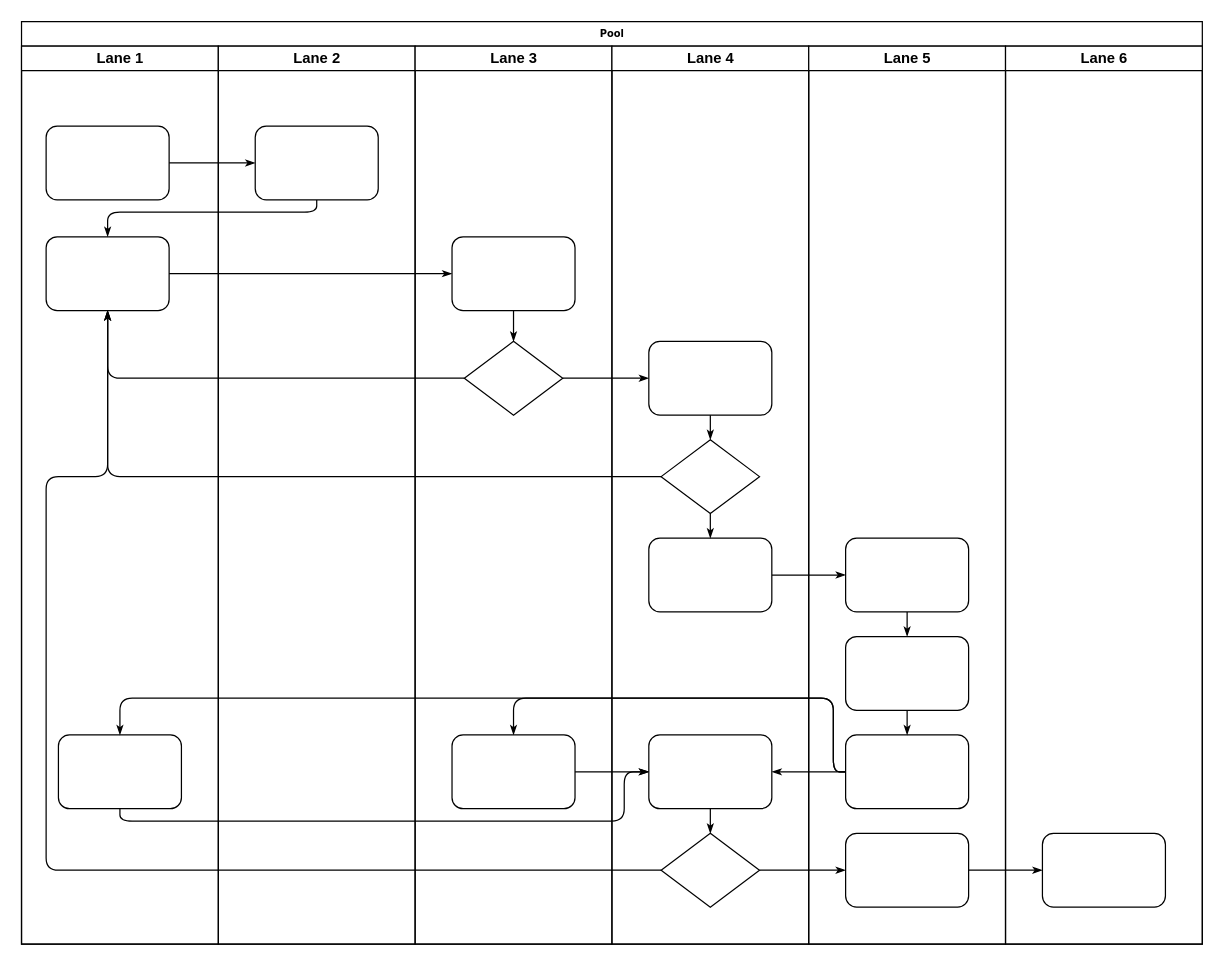
The draw.io diagram Untitled Diagram.drawio in 1m4mrahmat/1m4mrahmat, before the edit. Source tidied: cells renumbered, new cells numbered last; positions are measured from the earlier drawing's top-left corner, leaving out a move shared by most shapes. Both pictures are drawn from the tidied source at 123%, with x=0, y=0 at pixel (21, 21).
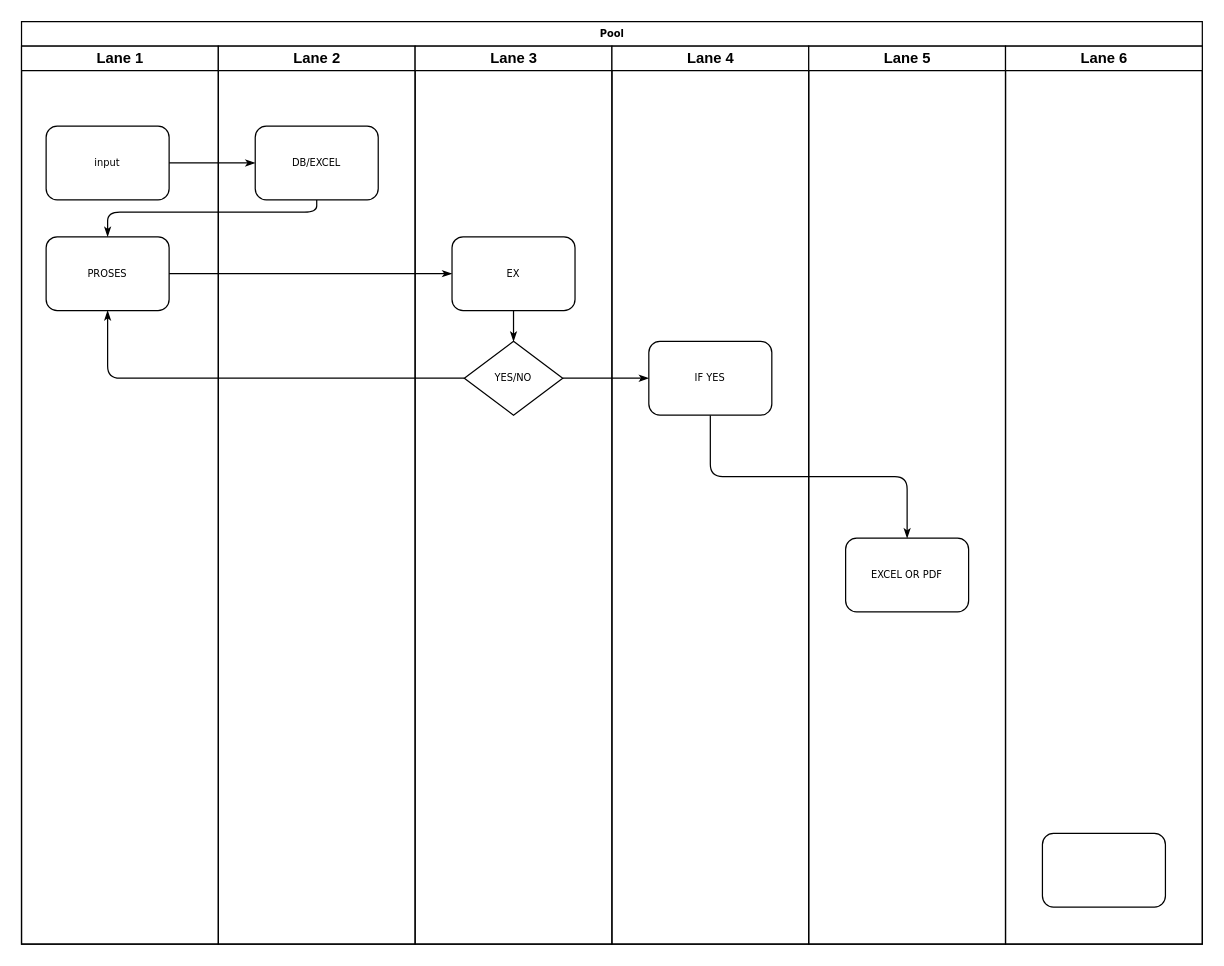
The same page after the edit.

The change refers to these unchanged cells:
```xml
<mxCell id="2" value="Pool" style="swimlane;html=1;startSize=20;rounded=0;shadow=0;labelBackgroundColor=none;strokeWidth=1;fontFamily=Verdana;fontSize=8;align=center;" parent="1" vertex="1">
  <mxGeometry width="960" height="750" as="geometry" />
</mxCell>
<mxCell id="3" value="Lane 1" style="swimlane;html=1;startSize=20;" parent="2" vertex="1">
  <mxGeometry y="20" width="160" height="730" as="geometry" />
</mxCell>
<mxCell id="22" value="Lane 2" style="swimlane;html=1;startSize=20;" parent="2" vertex="1">
  <mxGeometry x="160" y="20" width="160" height="730" as="geometry" />
</mxCell>
<mxCell id="24" value="Lane 3" style="swimlane;html=1;startSize=20;" parent="2" vertex="1">
  <mxGeometry x="320" y="20" width="160" height="730" as="geometry" />
</mxCell>
<mxCell id="29" value="Lane 4" style="swimlane;html=1;startSize=20;" parent="2" vertex="1">
  <mxGeometry x="480" y="20" width="160" height="730" as="geometry" />
</mxCell>
<mxCell id="38" value="Lane 5" style="swimlane;html=1;startSize=20;" parent="2" vertex="1">
  <mxGeometry x="640" y="20" width="160" height="730" as="geometry" />
</mxCell>
<mxCell id="46" style="rounded=1;whiteSpace=wrap;html=1;shadow=0;labelBackgroundColor=none;strokeWidth=1;fontFamily=Verdana;fontSize=8;align=center;" parent="45" vertex="1">
  <mxGeometry x="30" y="640" width="100" height="60" as="geometry" />
</mxCell>
```

What changed in the source:
```diff
@@
-    <mxCell id="4" style="rounded=1;whiteSpace=wrap;html=1;shadow=0;labelBackgroundColor=none;strokeWidth=1;fontFamily=Verdana;fontSize=8;align=center;" parent="3" vertex="1">
+    <mxCell id="4" value="input" style="rounded=1;whiteSpace=wrap;html=1;shadow=0;labelBackgroundColor=none;strokeWidth=1;fontFamily=Verdana;fontSize=8;align=center;" parent="3" vertex="1">
       <mxGeometry x="20" y="65" width="100" height="60" as="geometry" />
     </mxCell>
-    <mxCell id="5" style="rounded=1;whiteSpace=wrap;html=1;shadow=0;labelBackgroundColor=none;strokeWidth=1;fontFamily=Verdana;fontSize=8;align=center;" parent="3" vertex="1">
+    <mxCell id="5" value="PROSES" style="rounded=1;whiteSpace=wrap;html=1;shadow=0;labelBackgroundColor=none;strokeWidth=1;fontFamily=Verdana;fontSize=8;align=center;" parent="3" vertex="1">
       <mxGeometry x="20" y="155" width="100" height="60" as="geometry" />
     </mxCell>
-    <mxCell id="6" style="rounded=1;whiteSpace=wrap;html=1;shadow=0;labelBackgroundColor=none;strokeWidth=1;fontFamily=Verdana;fontSize=8;align=center;" parent="3" vertex="1">
-      <mxGeometry x="30" y="560" width="100" height="60" as="geometry" />
-    </mxCell>
@@
-    <mxCell id="11" style="edgeStyle=orthogonalEdgeStyle;rounded=1;html=1;labelBackgroundColor=none;startArrow=none;startFill=0;startSize=5;endArrow=classicThin;endFill=1;endSize=5;jettySize=auto;strokeWidth=1;fontFamily=Verdana;fontSize=8;" parent="2" edge="1" source="31" target="5">
-      <mxGeometry relative="1" as="geometry" />
-    </mxCell>
-    <mxCell id="12" style="edgeStyle=orthogonalEdgeStyle;rounded=1;html=1;labelBackgroundColor=none;startArrow=none;startFill=0;startSize=5;endArrow=classicThin;endFill=1;endSize=5;jettySize=auto;strokeWidth=1;fontFamily=Verdana;fontSize=8;" parent="2" edge="1" source="34" target="5">
-      <mxGeometry relative="1" as="geometry">
-        <Array as="points">
-          <mxPoint x="20" y="690" />
-          <mxPoint x="20" y="370" />
-          <mxPoint x="70" y="370" />
-        </Array>
-      </mxGeometry>
-    </mxCell>
@@
-    <mxCell id="14" style="edgeStyle=orthogonalEdgeStyle;rounded=1;html=1;labelBackgroundColor=none;startArrow=none;startFill=0;startSize=5;endArrow=classicThin;endFill=1;endSize=5;jettySize=auto;strokeWidth=1;fontFamily=Verdana;fontSize=8;" parent="2" edge="1" source="34" target="42">
-      <mxGeometry relative="1" as="geometry" />
+    <mxCell id="14" style="edgeStyle=orthogonalEdgeStyle;rounded=1;html=1;labelBackgroundColor=none;startArrow=none;startFill=0;startSize=5;endArrow=classicThin;endFill=1;endSize=5;jettySize=auto;orthogonalLoop=1;strokeWidth=1;fontFamily=Verdana;fontSize=8;" parent="2" edge="1">
+      <mxGeometry relative="1" as="geometry">
+        <mxPoint x="670" y="690" as="targetPoint" />
+      </mxGeometry>
     </mxCell>
-    <mxCell id="15" style="edgeStyle=orthogonalEdgeStyle;rounded=1;html=1;labelBackgroundColor=none;startArrow=none;startFill=0;startSize=5;endArrow=classicThin;endFill=1;endSize=5;jettySize=auto;strokeWidth=1;fontFamily=Verdana;fontSize=8;" parent="2" edge="1" source="42" target="46">
-      <mxGeometry relative="1" as="geometry" />
-    </mxCell>
-    <mxCell id="16" style="edgeStyle=orthogonalEdgeStyle;rounded=1;html=1;labelBackgroundColor=none;startArrow=none;startFill=0;startSize=5;endArrow=classicThin;endFill=1;endSize=5;jettySize=auto;strokeWidth=1;fontFamily=Verdana;fontSize=8;" parent="2" edge="1" source="32" target="39">
+    <mxCell id="16" style="edgeStyle=orthogonalEdgeStyle;rounded=1;html=1;labelBackgroundColor=none;startArrow=none;startFill=0;startSize=5;endArrow=classicThin;endFill=1;endSize=5;jettySize=auto;strokeWidth=1;fontFamily=Verdana;fontSize=8;exitX=0.5;exitY=1;exitDx=0;exitDy=0;" parent="2" edge="1" source="30" target="39">
       <mxGeometry relative="1" as="geometry" />
     </mxCell>
-    <mxCell id="17" style="edgeStyle=orthogonalEdgeStyle;rounded=1;html=1;labelBackgroundColor=none;startArrow=none;startFill=0;startSize=5;endArrow=classicThin;endFill=1;endSize=5;jettySize=auto;strokeWidth=1;fontFamily=Verdana;fontSize=8;" parent="2" edge="1" source="41" target="27">
+    <mxCell id="17" style="edgeStyle=orthogonalEdgeStyle;rounded=1;html=1;labelBackgroundColor=none;startArrow=none;startFill=0;startSize=5;endArrow=classicThin;endFill=1;endSize=5;jettySize=auto;orthogonalLoop=1;strokeWidth=1;fontFamily=Verdana;fontSize=8;" parent="2" edge="1">
       <mxGeometry relative="1" as="geometry">
+        <mxPoint x="670" y="610" as="sourcePoint" />
         <Array as="points">
           <mxPoint x="660" y="610" />
           <mxPoint x="660" y="550" />
           <mxPoint x="400" y="550" />
         </Array>
       </mxGeometry>
     </mxCell>
-    <mxCell id="18" style="edgeStyle=orthogonalEdgeStyle;rounded=1;html=1;labelBackgroundColor=none;startArrow=none;startFill=0;startSize=5;endArrow=classicThin;endFill=1;endSize=5;jettySize=auto;strokeColor=#000000;strokeWidth=1;fontFamily=Verdana;fontSize=8;fontColor=#000000;" parent="2" edge="1" source="41" target="33">
-      <mxGeometry relative="1" as="geometry" />
-    </mxCell>
-    <mxCell id="19" style="edgeStyle=orthogonalEdgeStyle;rounded=1;html=1;labelBackgroundColor=none;startArrow=none;startFill=0;startSize=5;endArrow=classicThin;endFill=1;endSize=5;jettySize=auto;strokeWidth=1;fontFamily=Verdana;fontSize=8;" parent="2" edge="1" source="41" target="6">
+    <mxCell id="19" style="edgeStyle=orthogonalEdgeStyle;rounded=1;html=1;labelBackgroundColor=none;startArrow=none;startFill=0;startSize=5;endArrow=classicThin;endFill=1;endSize=5;jettySize=auto;orthogonalLoop=1;strokeWidth=1;fontFamily=Verdana;fontSize=8;" parent="2" edge="1">
       <mxGeometry relative="1" as="geometry">
+        <mxPoint x="670" y="610" as="sourcePoint" />
         <Array as="points">
           <mxPoint x="660" y="610" />
           <mxPoint x="660" y="550" />
           <mxPoint x="80" y="550" />
         </Array>
       </mxGeometry>
     </mxCell>
-    <mxCell id="20" style="edgeStyle=orthogonalEdgeStyle;rounded=1;html=1;labelBackgroundColor=none;startArrow=none;startFill=0;startSize=5;endArrow=classicThin;endFill=1;endSize=5;jettySize=auto;strokeWidth=1;fontFamily=Verdana;fontSize=8;" parent="2" edge="1" source="6" target="33">
-      <mxGeometry relative="1" as="geometry">
-        <Array as="points">
-          <mxPoint x="80" y="650" />
-          <mxPoint x="490" y="650" />
-          <mxPoint x="490" y="610" />
-        </Array>
-      </mxGeometry>
-    </mxCell>
-    <mxCell id="21" style="edgeStyle=orthogonalEdgeStyle;rounded=1;html=1;labelBackgroundColor=none;startArrow=none;startFill=0;startSize=5;endArrow=classicThin;endFill=1;endSize=5;jettySize=auto;strokeWidth=1;fontFamily=Verdana;fontSize=8;" parent="2" edge="1" source="27" target="33">
-      <mxGeometry relative="1" as="geometry" />
-    </mxCell>
@@
-    <mxCell id="23" style="rounded=1;whiteSpace=wrap;html=1;shadow=0;labelBackgroundColor=none;strokeWidth=1;fontFamily=Verdana;fontSize=8;align=center;" parent="22" vertex="1">
+    <mxCell id="23" value="DB/EXCEL" style="rounded=1;whiteSpace=wrap;html=1;shadow=0;labelBackgroundColor=none;strokeWidth=1;fontFamily=Verdana;fontSize=8;align=center;" parent="22" vertex="1">
       <mxGeometry x="30" y="65" width="100" height="60" as="geometry" />
     </mxCell>
@@
-    <mxCell id="25" style="rounded=1;whiteSpace=wrap;html=1;shadow=0;labelBackgroundColor=none;strokeWidth=1;fontFamily=Verdana;fontSize=8;align=center;" parent="24" vertex="1">
+    <mxCell id="25" value="EX" style="rounded=1;whiteSpace=wrap;html=1;shadow=0;labelBackgroundColor=none;strokeWidth=1;fontFamily=Verdana;fontSize=8;align=center;" parent="24" vertex="1">
       <mxGeometry x="30" y="155" width="100" height="60" as="geometry" />
     </mxCell>
-    <mxCell id="26" style="rhombus;whiteSpace=wrap;html=1;rounded=0;shadow=0;labelBackgroundColor=none;strokeWidth=1;fontFamily=Verdana;fontSize=8;align=center;" parent="24" vertex="1">
+    <mxCell id="26" value="YES/NO" style="rhombus;whiteSpace=wrap;html=1;rounded=0;shadow=0;labelBackgroundColor=none;strokeWidth=1;fontFamily=Verdana;fontSize=8;align=center;" parent="24" vertex="1">
       <mxGeometry x="40" y="240" width="80" height="60" as="geometry" />
     </mxCell>
-    <mxCell id="27" style="rounded=1;whiteSpace=wrap;html=1;shadow=0;labelBackgroundColor=none;strokeWidth=1;fontFamily=Verdana;fontSize=8;align=center;" parent="24" vertex="1">
-      <mxGeometry x="30" y="560" width="100" height="60" as="geometry" />
-    </mxCell>
@@
-    <mxCell id="30" style="rounded=1;whiteSpace=wrap;html=1;shadow=0;labelBackgroundColor=none;strokeWidth=1;fontFamily=Verdana;fontSize=8;align=center;" parent="29" vertex="1">
+    <mxCell id="30" value="IF YES" style="rounded=1;whiteSpace=wrap;html=1;shadow=0;labelBackgroundColor=none;strokeWidth=1;fontFamily=Verdana;fontSize=8;align=center;" parent="29" vertex="1">
       <mxGeometry x="30" y="240" width="100" height="60" as="geometry" />
     </mxCell>
-    <mxCell id="31" style="rhombus;whiteSpace=wrap;html=1;rounded=0;shadow=0;labelBackgroundColor=none;strokeWidth=1;fontFamily=Verdana;fontSize=8;align=center;" parent="29" vertex="1">
-      <mxGeometry x="40" y="320" width="80" height="60" as="geometry" />
-    </mxCell>
-    <mxCell id="32" style="rounded=1;whiteSpace=wrap;html=1;shadow=0;labelBackgroundColor=none;strokeWidth=1;fontFamily=Verdana;fontSize=8;align=center;" parent="29" vertex="1">
-      <mxGeometry x="30" y="400" width="100" height="60" as="geometry" />
-    </mxCell>
-    <mxCell id="33" style="rounded=1;whiteSpace=wrap;html=1;shadow=0;labelBackgroundColor=none;strokeWidth=1;fontFamily=Verdana;fontSize=8;align=center;" parent="29" vertex="1">
-      <mxGeometry x="30" y="560" width="100" height="60" as="geometry" />
-    </mxCell>
-    <mxCell id="34" style="rhombus;whiteSpace=wrap;html=1;rounded=0;shadow=0;labelBackgroundColor=none;strokeWidth=1;fontFamily=Verdana;fontSize=8;align=center;" parent="29" vertex="1">
-      <mxGeometry x="40" y="640" width="80" height="60" as="geometry" />
-    </mxCell>
-    <mxCell id="35" style="edgeStyle=orthogonalEdgeStyle;rounded=1;html=1;labelBackgroundColor=none;startArrow=none;startFill=0;startSize=5;endArrow=classicThin;endFill=1;endSize=5;jettySize=auto;strokeColor=#000000;strokeWidth=1;fontFamily=Verdana;fontSize=8;fontColor=#000000;" parent="29" edge="1" source="30" target="31">
-      <mxGeometry relative="1" as="geometry" />
-    </mxCell>
-    <mxCell id="36" style="edgeStyle=orthogonalEdgeStyle;rounded=1;html=1;labelBackgroundColor=none;startArrow=none;startFill=0;startSize=5;endArrow=classicThin;endFill=1;endSize=5;jettySize=auto;strokeWidth=1;fontFamily=Verdana;fontSize=8;" parent="29" edge="1" source="31" target="32">
-      <mxGeometry relative="1" as="geometry" />
-    </mxCell>
-    <mxCell id="37" style="edgeStyle=orthogonalEdgeStyle;rounded=1;html=1;labelBackgroundColor=none;startArrow=none;startFill=0;startSize=5;endArrow=classicThin;endFill=1;endSize=5;jettySize=auto;strokeWidth=1;fontFamily=Verdana;fontSize=8;" parent="29" edge="1" source="33" target="34">
-      <mxGeometry relative="1" as="geometry" />
-    </mxCell>
@@
-    <mxCell id="39" style="rounded=1;whiteSpace=wrap;html=1;shadow=0;labelBackgroundColor=none;strokeWidth=1;fontFamily=Verdana;fontSize=8;align=center;" parent="38" vertex="1">
+    <mxCell id="39" value="EXCEL OR PDF" style="rounded=1;whiteSpace=wrap;html=1;shadow=0;labelBackgroundColor=none;strokeWidth=1;fontFamily=Verdana;fontSize=8;align=center;" parent="38" vertex="1">
       <mxGeometry x="30" y="400" width="100" height="60" as="geometry" />
     </mxCell>
-    <mxCell id="40" style="rounded=1;whiteSpace=wrap;html=1;shadow=0;labelBackgroundColor=none;strokeWidth=1;fontFamily=Verdana;fontSize=8;align=center;" parent="38" vertex="1">
-      <mxGeometry x="30" y="480" width="100" height="60" as="geometry" />
-    </mxCell>
-    <mxCell id="41" style="rounded=1;whiteSpace=wrap;html=1;shadow=0;labelBackgroundColor=none;strokeWidth=1;fontFamily=Verdana;fontSize=8;align=center;" parent="38" vertex="1">
-      <mxGeometry x="30" y="560" width="100" height="60" as="geometry" />
-    </mxCell>
-    <mxCell id="42" style="rounded=1;whiteSpace=wrap;html=1;shadow=0;labelBackgroundColor=none;strokeWidth=1;fontFamily=Verdana;fontSize=8;align=center;" parent="38" vertex="1">
-      <mxGeometry x="30" y="640" width="100" height="60" as="geometry" />
-    </mxCell>
-    <mxCell id="43" style="edgeStyle=orthogonalEdgeStyle;rounded=1;html=1;labelBackgroundColor=none;startArrow=none;startFill=0;startSize=5;endArrow=classicThin;endFill=1;endSize=5;jettySize=auto;strokeWidth=1;fontFamily=Verdana;fontSize=8;" parent="38" edge="1" source="39" target="40">
-      <mxGeometry relative="1" as="geometry" />
-    </mxCell>
-    <mxCell id="44" style="edgeStyle=orthogonalEdgeStyle;rounded=1;html=1;labelBackgroundColor=none;startArrow=none;startFill=0;startSize=5;endArrow=classicThin;endFill=1;endSize=5;jettySize=auto;strokeWidth=1;fontFamily=Verdana;fontSize=8;" parent="38" edge="1" source="40" target="41">
-      <mxGeometry relative="1" as="geometry" />
+    <mxCell id="44" style="edgeStyle=orthogonalEdgeStyle;rounded=1;html=1;labelBackgroundColor=none;startArrow=none;startFill=0;startSize=5;endArrow=classicThin;endFill=1;endSize=5;jettySize=auto;orthogonalLoop=1;strokeWidth=1;fontFamily=Verdana;fontSize=8;" parent="38" edge="1">
+      <mxGeometry relative="1" as="geometry">
+        <mxPoint x="80" y="540" as="sourcePoint" />
+      </mxGeometry>
     </mxCell>
```
